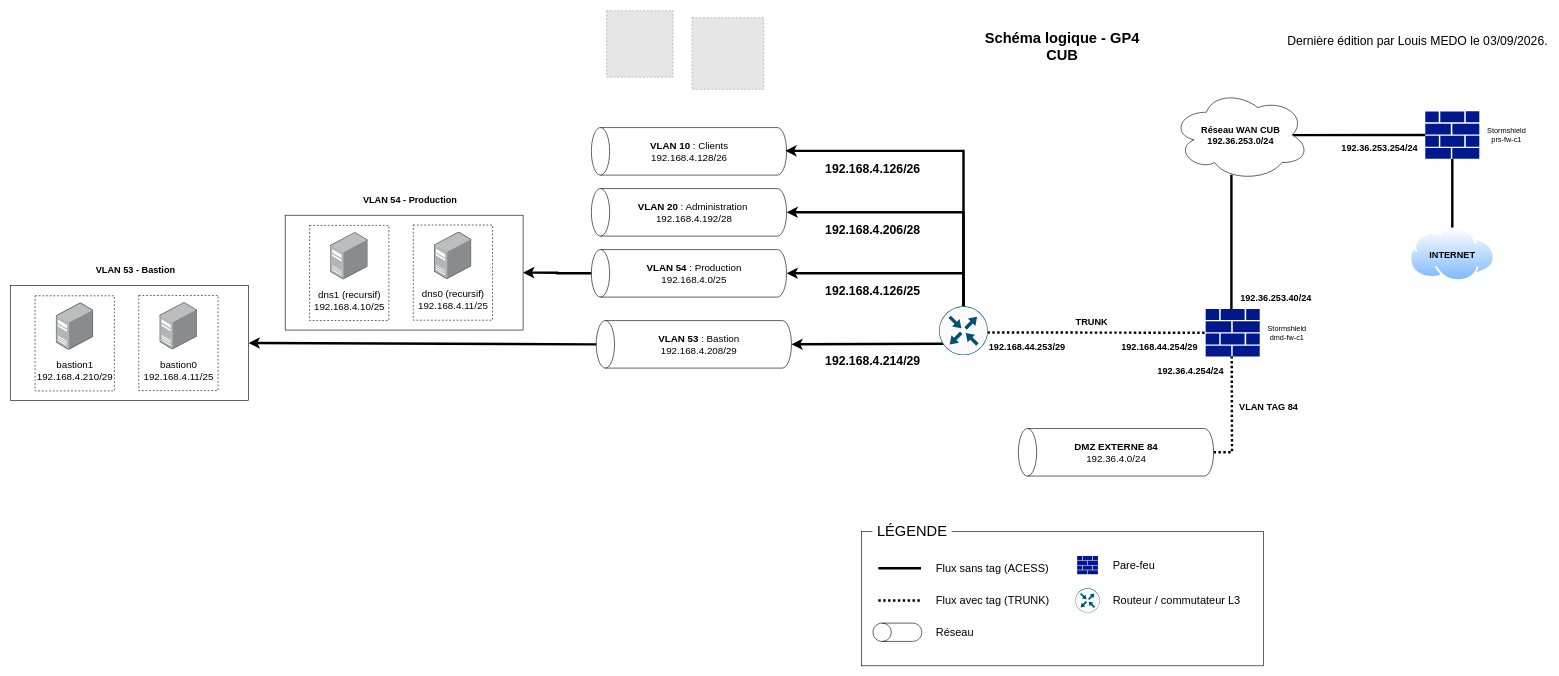
The draw.io diagram docs/01-ressources/schemas/cub-schema-logique-gp4.drawio in FireToak/cub-docs, before the edit. Source tidied: cells renumbered, new cells numbered last; positions are measured from the earlier drawing's top-left corner, leaving out a move shared by most shapes. Both pictures are drawn from the tidied source at 61%, with x=0, y=0 at pixel (10, 10). Pictures stored in the file or linked from it are replaced by grey dashed boxes.
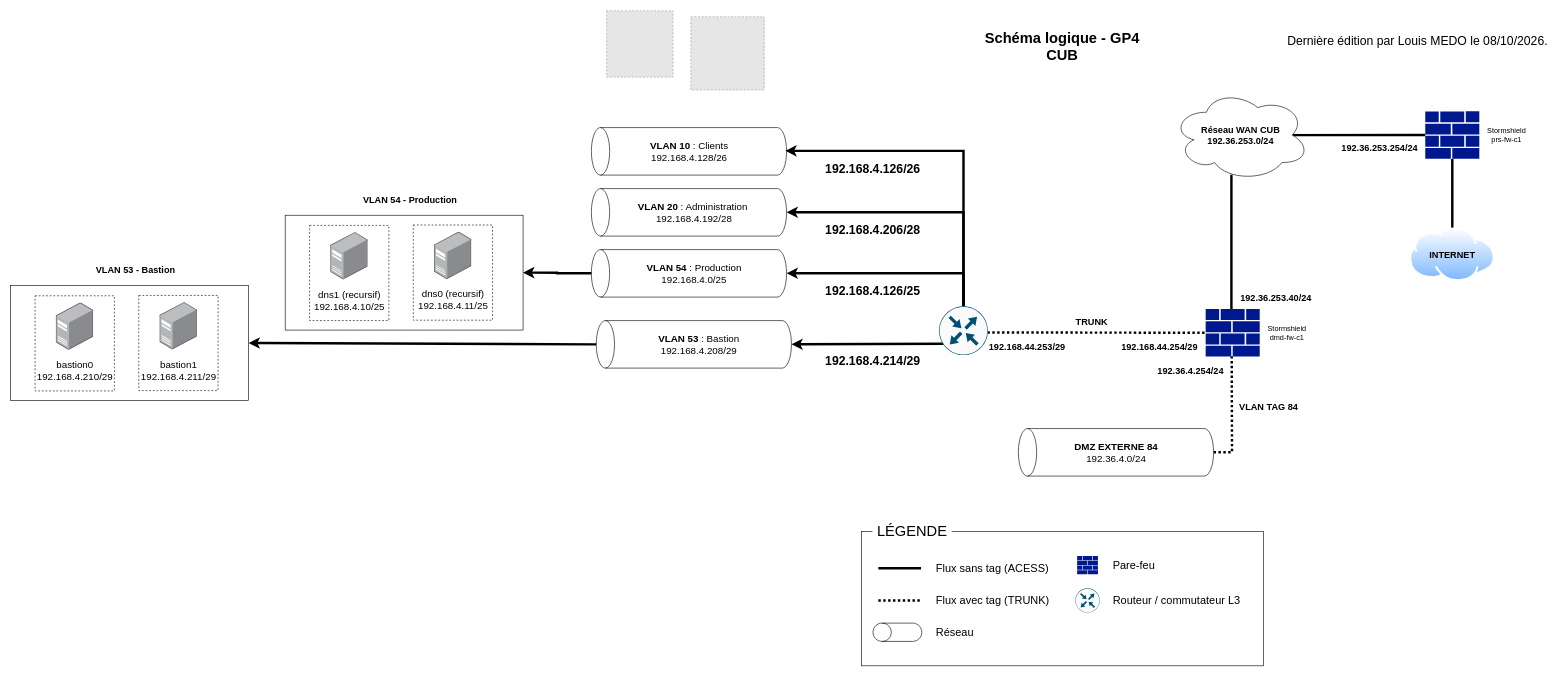
The same page after the edit.

Commit message (it also covers changes not shown here):
chore: ajout du sous réseau bastion

What changed in the source:
```diff
@@
-    <mxCell id="6" value="&lt;div&gt;&lt;font style=&quot;font-size: 20px;&quot;&gt;Dernière édition par Louis MEDO le 03/09/2026.&lt;/font&gt;&lt;/div&gt;" style="text;html=1;align=right;verticalAlign=middle;strokeColor=none;fillColor=none;fontSize=24;" parent="1" vertex="1">
+    <mxCell id="6" value="&lt;div&gt;&lt;font style=&quot;font-size: 20px;&quot;&gt;Dernière édition par Louis MEDO le 08/10/2026.&lt;/font&gt;&lt;/div&gt;" style="text;html=1;align=right;verticalAlign=middle;strokeColor=none;fillColor=none;fontSize=24;" parent="1" vertex="1">
       <mxGeometry x="2071.1" y="28" width="450" height="40" as="geometry" />
     </mxCell>
@@
-    <mxCell id="66" value="&lt;font style=&quot;font-size: 16px;&quot;&gt;bastion0&lt;br&gt;192.168.4.11/25&lt;/font&gt;" style="text;html=1;whiteSpace=wrap;strokeColor=none;fillColor=none;align=center;verticalAlign=middle;rounded=0;" parent="1" vertex="1">
+    <mxCell id="66" value="&lt;font style=&quot;font-size: 16px;&quot;&gt;bastion1&lt;br&gt;192.168.4.211/29&lt;/font&gt;" style="text;html=1;whiteSpace=wrap;strokeColor=none;fillColor=none;align=center;verticalAlign=middle;rounded=0;" parent="1" vertex="1">
       <mxGeometry x="225.7" y="574.7" width="98.6" height="30" as="geometry" />
     </mxCell>
@@
-    <mxCell id="70" value="&lt;font style=&quot;font-size: 16px;&quot;&gt;bastion1&lt;br&gt;192.168.4.210/29&lt;/font&gt;" style="text;html=1;whiteSpace=wrap;strokeColor=none;fillColor=none;align=center;verticalAlign=middle;rounded=0;" parent="1" vertex="1">
+    <mxCell id="70" value="&lt;font style=&quot;font-size: 16px;&quot;&gt;bastion0&lt;br&gt;192.168.4.210/29&lt;/font&gt;" style="text;html=1;whiteSpace=wrap;strokeColor=none;fillColor=none;align=center;verticalAlign=middle;rounded=0;" parent="1" vertex="1">
       <mxGeometry x="55.7" y="575.3" width="98.6" height="30" as="geometry" />
     </mxCell>
@@
+    <mxCell id="75" style="fillColor=#E6E6E6;strokeColor=#999999;dashed=1;verticalLabelPosition=bottom;labelBackgroundColor=default;verticalAlign=top;" parent="1" vertex="1">
+      <mxGeometry x="1117" y="11.5" width="117.5" height="117.5" as="geometry" />
+    </mxCell>
+    <mxCell id="76" style="fillColor=#E6E6E6;strokeColor=#999999;dashed=1;verticalLabelPosition=bottom;labelBackgroundColor=default;verticalAlign=top;" parent="1" vertex="1">
+      <mxGeometry x="1115" y="10" width="120" height="120" as="geometry" />
+    </mxCell>
```
